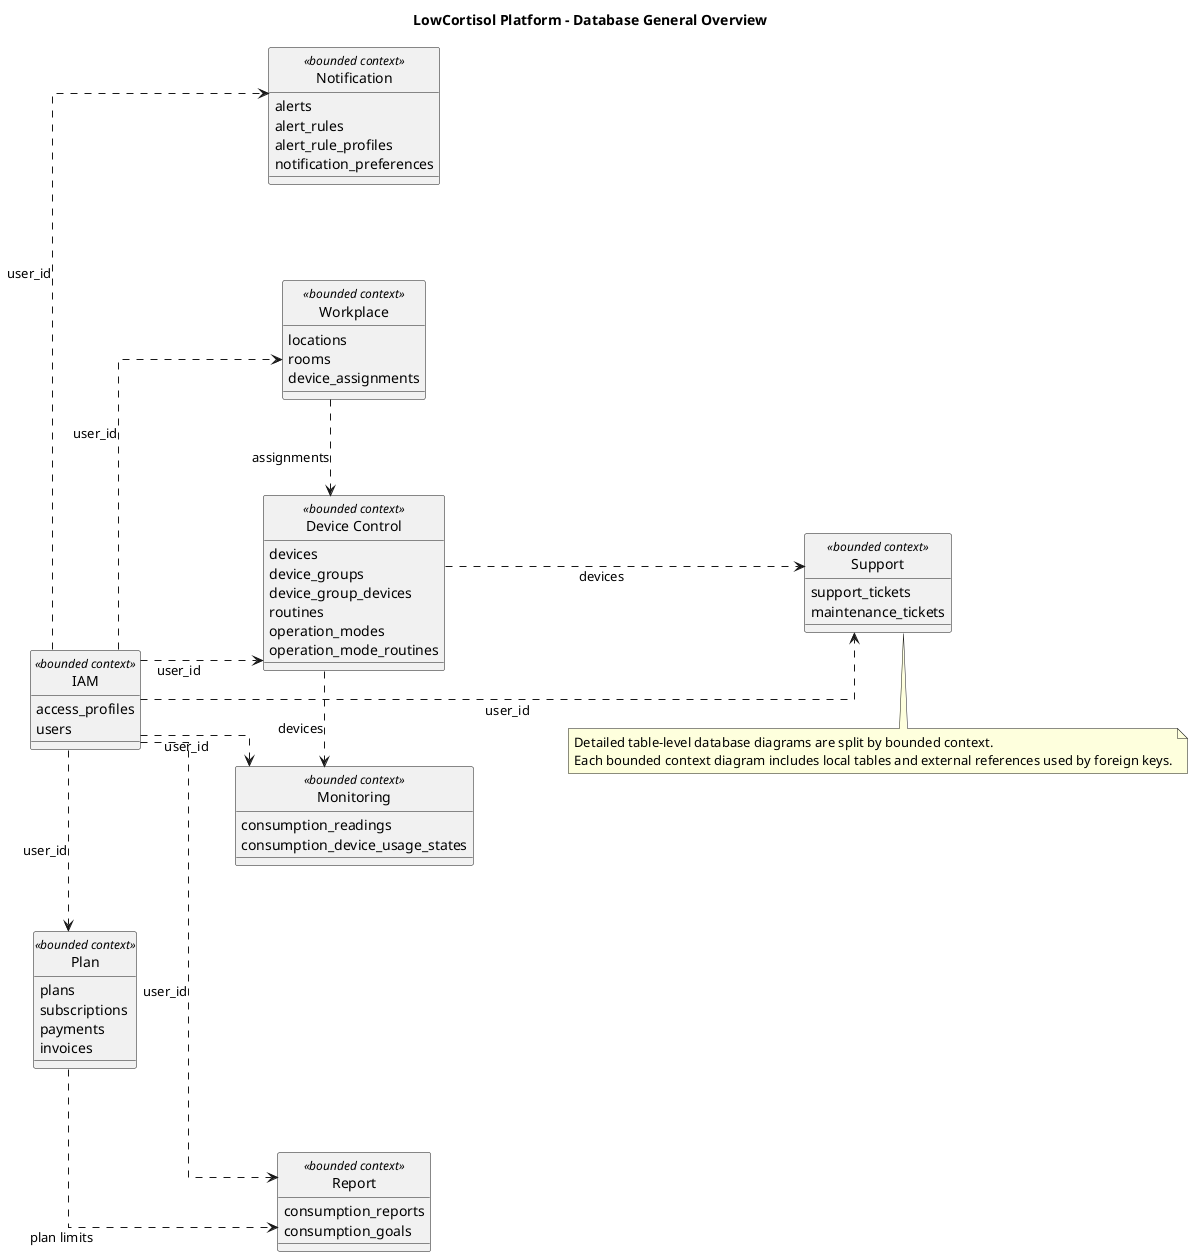
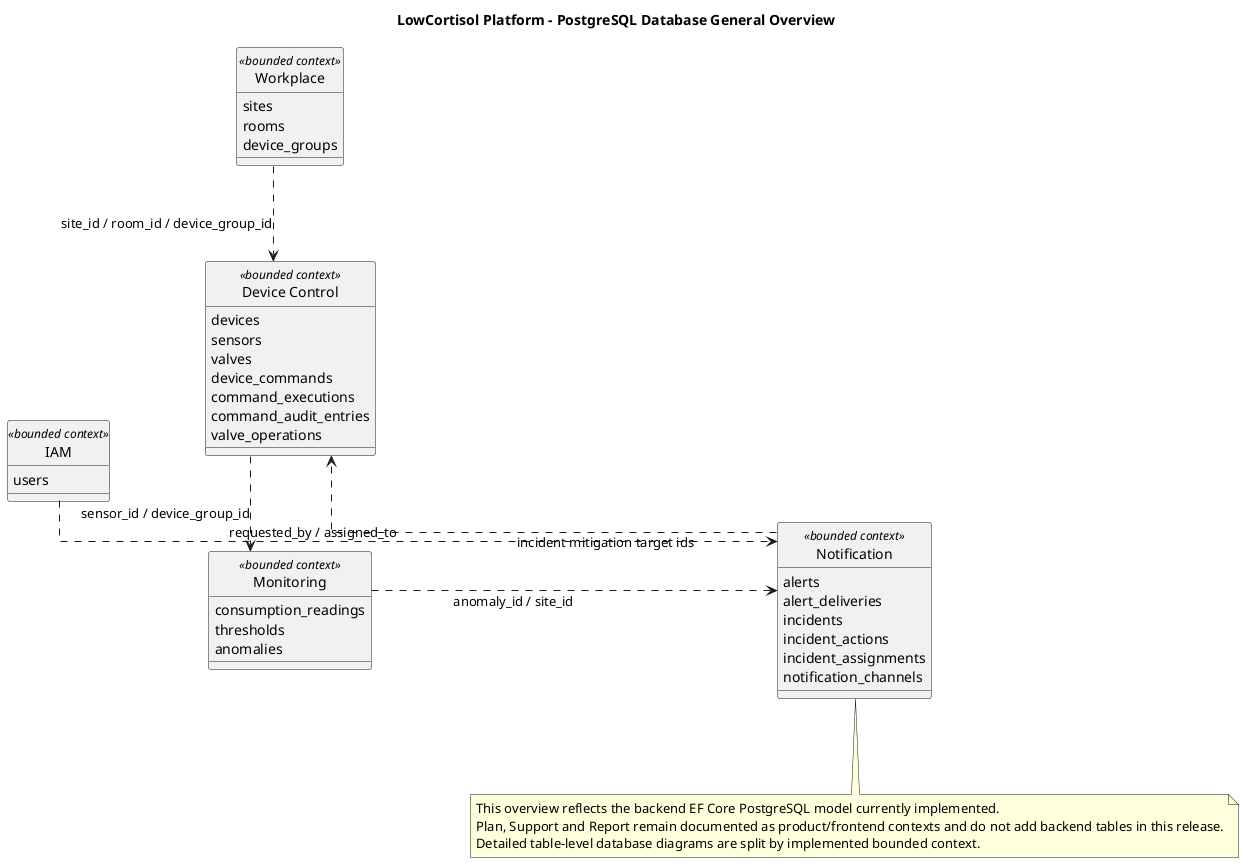
@startuml
- title LowCortisol Platform - Database General Overview
+ title LowCortisol Platform - PostgreSQL Database General Overview
left to right direction
hide circle
skinparam linetype ortho
skinparam shadowing false
skinparam packageStyle rectangle
skinparam nodesep 95
skinparam ranksep 95
skinparam entity {
  BackgroundColor #F8FBFF
  BorderColor #64748B
}

' Bounded contexts are intentionally compact: the header is only the context name,
' and the tables are listed as attributes to keep the overview readable.
entity "IAM" as db_iam <<bounded context>> {
-   access_profiles
  users
}

- entity "Plan" as db_plan <<bounded context>> {
-   plans
-   subscriptions
-   payments
-   invoices
- }
- 
entity "Workplace" as db_workplace <<bounded context>> {
-   locations
+   sites
  rooms
-   device_assignments
+   device_groups
}

entity "Device Control" as db_device_control <<bounded context>> {
  devices
-   device_groups
-   device_group_devices
-   routines
-   operation_modes
-   operation_mode_routines
+   sensors
+   valves
+   device_commands
+   command_executions
+   command_audit_entries
+   valve_operations
}

- entity "Monitoring" as db_consumption_monitoring <<bounded context>> {
+ entity "Monitoring" as db_monitoring <<bounded context>> {
  consumption_readings
-   consumption_device_usage_states
+   thresholds
+   anomalies
}

entity "Notification" as db_notification <<bounded context>> {
  alerts
-   alert_rules
-   alert_rule_profiles
-   notification_preferences
- }
- 
- entity "Report" as db_report <<bounded context>> {
-   consumption_reports
-   consumption_goals
- }
- 
- entity "Support" as db_service_management <<bounded context>> {
-   support_tickets
-   maintenance_tickets
+   alert_deliveries
+   incidents
+   incident_actions
+   incident_assignments
+   notification_channels
}

' Layout guides reduce relation lines crossing through bounded context boxes.
- db_iam -[hidden]right- db_plan
- db_plan -[hidden]right- db_report
db_iam -[hidden]down- db_workplace
db_workplace -[hidden]right- db_device_control
- db_device_control -[hidden]right- db_consumption_monitoring
- db_device_control -[hidden]down- db_service_management
- db_notification -[hidden]down- db_iam
+ db_device_control -[hidden]right- db_monitoring
+ db_monitoring -[hidden]down- db_notification

- ' Cross-context persistence references.
- db_iam ..> db_plan : user_id
- db_iam ..> db_workplace : user_id
- db_iam ..> db_device_control : user_id
- db_iam ..> db_consumption_monitoring : user_id
- db_iam ..> db_notification : user_id
- db_iam ..> db_report : user_id
- db_iam ..> db_service_management : user_id
- db_workplace ..> db_device_control : assignments
- db_device_control ..> db_consumption_monitoring : devices
- db_device_control ..> db_service_management : devices
- db_plan ..> db_report : plan limits
+ ' Context references are ID-based to keep bounded contexts independent.
+ db_workplace ..> db_device_control : site_id / room_id / device_group_id
+ db_device_control ..> db_monitoring : sensor_id / device_group_id
+ db_monitoring ..> db_notification : anomaly_id / site_id
+ db_notification ..> db_device_control : incident mitigation target ids
+ db_iam ..> db_notification : requested_by / assigned_to

note bottom
- Detailed table-level database diagrams are split by bounded context.
- Each bounded context diagram includes local tables and external references used by foreign keys.
+ This overview reflects the backend EF Core PostgreSQL model currently implemented.
+ Plan, Support and Report remain documented as product/frontend contexts and do not add backend tables in this release.
+ Detailed table-level database diagrams are split by implemented bounded context.
end note

@enduml
